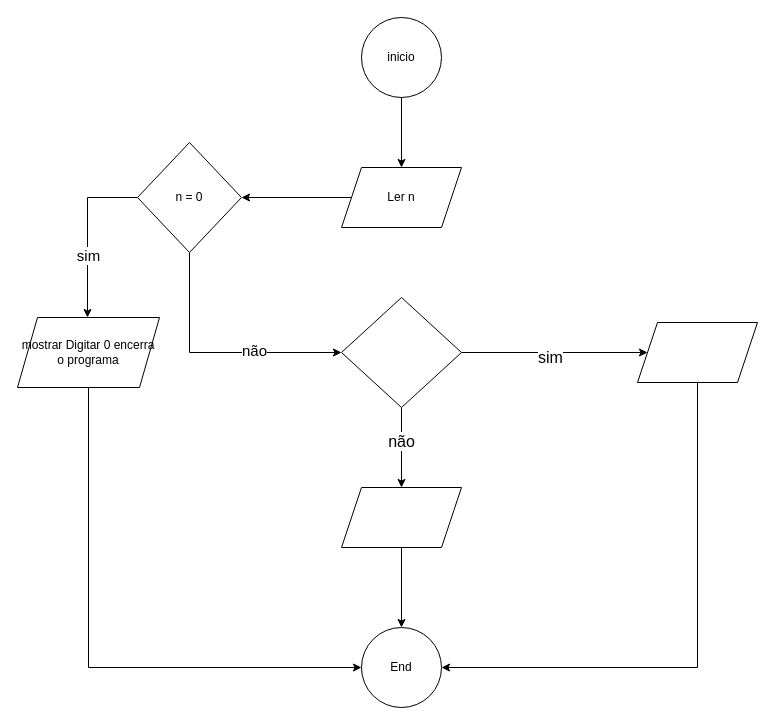
Earlier version of the draw.io diagram Ex.Fluxogramas/Fluxograma008.drawio (arnaldodev2/TLP). Source tidied: cells renumbered, new cells numbered last; positions are measured from the earlier drawing's top-left corner, leaving out a move shared by most shapes. Both pictures are drawn from the tidied source at 100%, with x=0, y=0 at pixel (17, 17).
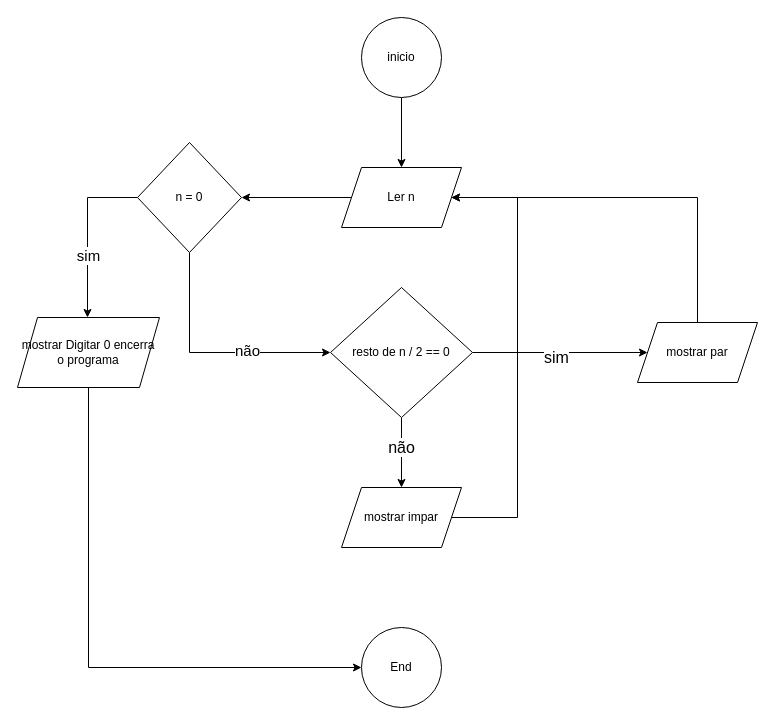
The same page after the edit.

Unchanged cells that the change refers to:
```xml
<mxCell id="5" value="Ler n" style="shape=parallelogram;perimeter=parallelogramPerimeter;whiteSpace=wrap;html=1;shapeInside=1;fixedSize=1;" parent="1" vertex="1">
  <mxGeometry x="324" y="150" width="120" height="60" as="geometry" />
</mxCell>
<mxCell id="13" value="End" style="ellipse;whiteSpace=wrap;html=1;shapeInside=1;" parent="1" vertex="1">
  <mxGeometry x="344" y="610" width="80" height="80" as="geometry" />
</mxCell>
```

What changed in the source:
```diff
@@
-    <mxCell id="18" style="rhombus;whiteSpace=wrap;html=1;shapeInside=1;" parent="1" vertex="1">
-      <mxGeometry x="324" y="280" width="120" height="110" as="geometry" />
+    <mxCell id="18" value="resto de n / 2 == 0" style="rhombus;whiteSpace=wrap;html=1;shapeInside=1;" parent="1" vertex="1">
+      <mxGeometry x="313" y="270" width="142" height="130" as="geometry" />
     </mxCell>
+    <mxCell id="23" style="edgeStyle=orthogonalEdgeStyle;rounded=0;jettySize=auto;html=1;entryX=1;entryY=0.5;entryDx=0;entryDy=0;" parent="1" edge="1" source="19" target="5">
+      <mxGeometry relative="1" as="geometry">
+        <Array as="points">
+          <mxPoint x="680" y="180" />
+        </Array>
+      </mxGeometry>
+    </mxCell>
-    <mxCell id="19" style="shape=parallelogram;perimeter=parallelogramPerimeter;whiteSpace=wrap;html=1;shapeInside=1;fixedSize=1;" parent="1" vertex="1">
+    <mxCell id="19" value="mostrar par" style="shape=parallelogram;perimeter=parallelogramPerimeter;whiteSpace=wrap;html=1;shapeInside=1;fixedSize=1;" parent="1" vertex="1">
       <mxGeometry x="620" y="305" width="120" height="60" as="geometry" />
     </mxCell>
-    <mxCell id="20" style="edgeStyle=orthogonalEdgeStyle;rounded=0;jettySize=auto;html=1;" parent="1" edge="1" source="21" target="13">
-      <mxGeometry relative="1" as="geometry" />
-    </mxCell>
+    <mxCell id="24" style="edgeStyle=orthogonalEdgeStyle;rounded=0;jettySize=auto;html=1;entryX=1;entryY=0.5;entryDx=0;entryDy=0;" parent="1" edge="1" source="21" target="5">
+      <mxGeometry relative="1" as="geometry">
+        <Array as="points">
+          <mxPoint x="500" y="500" />
+          <mxPoint x="500" y="180" />
+        </Array>
+      </mxGeometry>
+    </mxCell>
-    <mxCell id="21" style="shape=parallelogram;perimeter=parallelogramPerimeter;whiteSpace=wrap;html=1;shapeInside=1;fixedSize=1;" parent="1" vertex="1">
+    <mxCell id="21" value="mostrar impar" style="shape=parallelogram;perimeter=parallelogramPerimeter;whiteSpace=wrap;html=1;shapeInside=1;fixedSize=1;" parent="1" vertex="1">
       <mxGeometry x="324" y="470" width="120" height="60" as="geometry" />
     </mxCell>
-    <mxCell id="22" style="edgeStyle=orthogonalEdgeStyle;rounded=0;jettySize=auto;html=1;entryX=1;entryY=0.5;entryDx=0;entryDy=0;" parent="1" edge="1" source="19" target="13">
-      <mxGeometry relative="1" as="geometry">
-        <Array as="points">
-          <mxPoint x="680" y="650" />
-        </Array>
-      </mxGeometry>
-    </mxCell>
```
